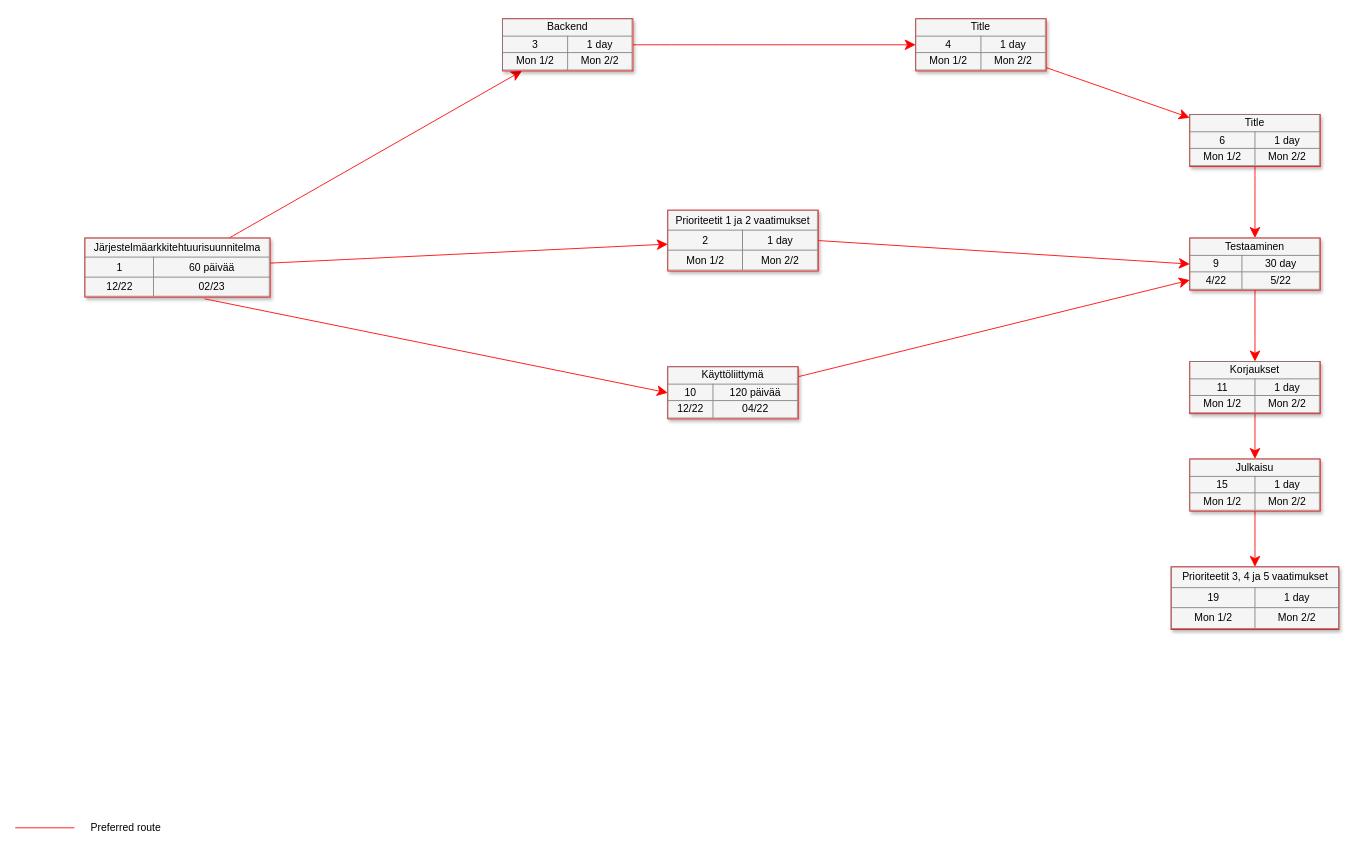
The draw.io diagram UML/SW ENG course/precedence diagram.drawio in DeveloperLauri/UML-charts-draw.io, before the edit. Source tidied: cells renumbered, new cells numbered last; positions are measured from the earlier drawing's top-left corner, leaving out a move shared by most shapes. Both pictures are drawn from the tidied source at 87%, with x=0, y=0 at pixel (15, 18).
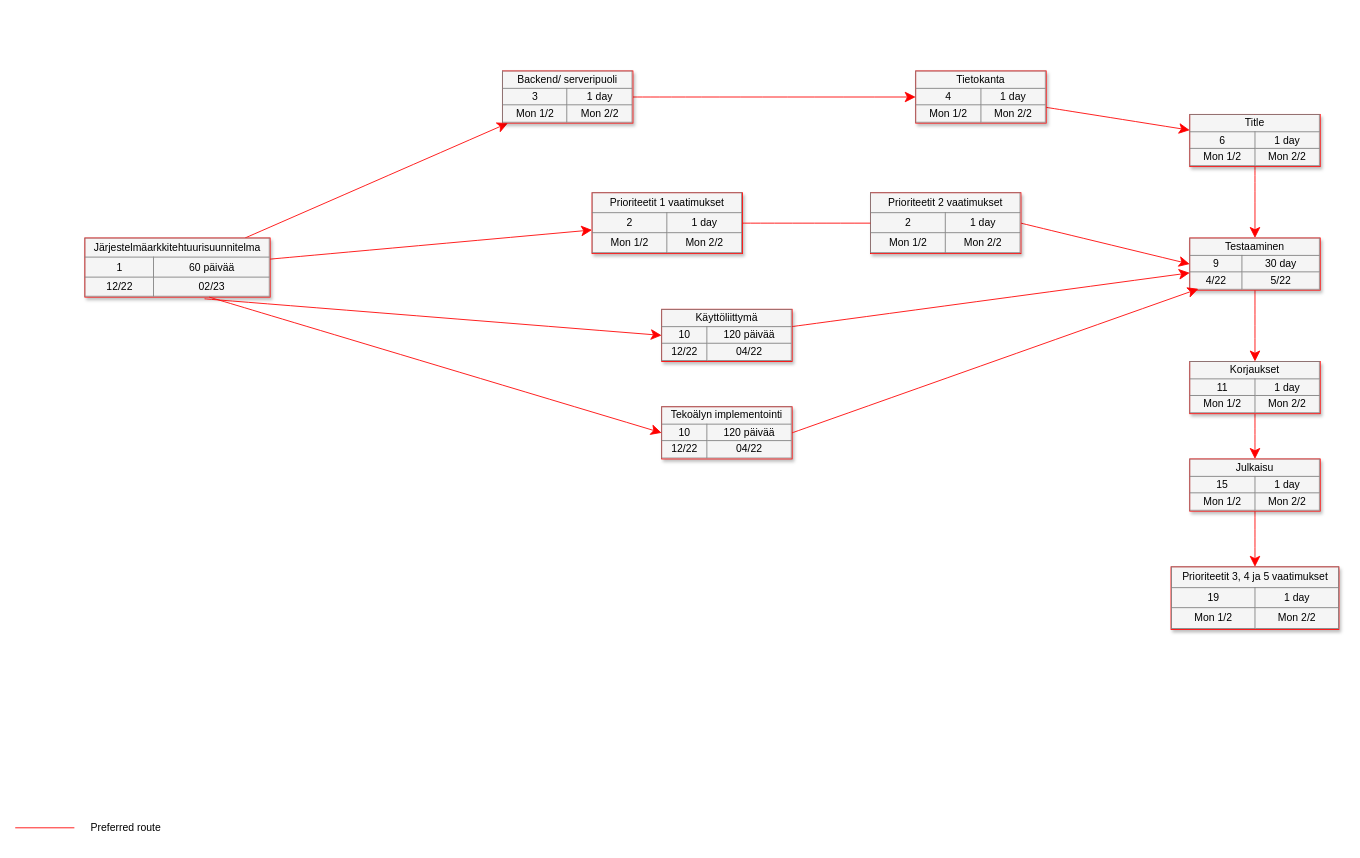
The same page after the edit.

Unchanged cells that the change refers to:
```xml
<mxCell id="4" value="&lt;table border=&quot;1&quot; width=&quot;100%&quot; style=&quot;width: 100% ; height: 100% ; border-collapse: collapse&quot;&gt;&lt;tbody&gt;&lt;tr&gt;&lt;td colspan=&quot;2&quot; align=&quot;center&quot;&gt;Järjestelmäarkkitehtuurisuunnitelma&lt;/td&gt;&lt;/tr&gt;&lt;tr&gt;&lt;td align=&quot;center&quot;&gt;&lt;font style=&quot;font-size: 12px;&quot;&gt;1&lt;/font&gt;&lt;/td&gt;&lt;td align=&quot;center&quot;&gt;&lt;font style=&quot;font-size: 12px;&quot;&gt;60 päivää&lt;/font&gt;&lt;/td&gt;&lt;/tr&gt;&lt;tr&gt;&lt;td align=&quot;center&quot;&gt;12/22&lt;/td&gt;&lt;td align=&quot;center&quot;&gt;02/23&lt;/td&gt;&lt;/tr&gt;&lt;/tbody&gt;&lt;/table&gt;" style="text;html=1;strokeColor=#FF0000;fillColor=#f5f5f5;overflow=fill;rounded=0;shadow=1;fontSize=12;align=center;" parent="1" vertex="1">
  <mxGeometry x="80" y="252" width="213" height="68" as="geometry" />
</mxCell>
<mxCell id="11" value="&lt;table border=&quot;1&quot; width=&quot;100%&quot; style=&quot;width: 100% ; height: 100% ; border-collapse: collapse&quot;&gt;&lt;tbody&gt;&lt;tr&gt;&lt;td colspan=&quot;2&quot; align=&quot;center&quot;&gt;&lt;font style=&quot;font-size: 12px&quot;&gt;Testaaminen&lt;/font&gt;&lt;/td&gt;&lt;/tr&gt;&lt;tr&gt;&lt;td align=&quot;center&quot;&gt;9&lt;/td&gt;&lt;td align=&quot;center&quot;&gt;&lt;font style=&quot;font-size: 12px&quot;&gt;30 day&lt;/font&gt;&lt;/td&gt;&lt;/tr&gt;&lt;tr&gt;&lt;td align=&quot;center&quot;&gt;4/22&lt;/td&gt;&lt;td align=&quot;center&quot;&gt;5/22&lt;/td&gt;&lt;/tr&gt;&lt;/tbody&gt;&lt;/table&gt;" style="text;html=1;strokeColor=#FF0000;fillColor=#f5f5f5;overflow=fill;rounded=0;shadow=1;fontSize=12;align=center;" parent="1" vertex="1">
  <mxGeometry x="1350" y="252" width="150" height="60" as="geometry" />
</mxCell>
```

Change to the diagram source:
```diff
@@
-    <mxCell id="13" value="&lt;table border=&quot;1&quot; width=&quot;100%&quot; style=&quot;width: 100% ; height: 100% ; border-collapse: collapse&quot;&gt;&lt;tbody&gt;&lt;tr&gt;&lt;td colspan=&quot;2&quot; align=&quot;center&quot;&gt;&lt;font style=&quot;font-size: 12px&quot;&gt;Title&lt;/font&gt;&lt;/td&gt;&lt;/tr&gt;&lt;tr&gt;&lt;td align=&quot;center&quot;&gt;4&lt;/td&gt;&lt;td align=&quot;center&quot;&gt;&lt;font style=&quot;font-size: 12px&quot;&gt;1 day&lt;/font&gt;&lt;/td&gt;&lt;/tr&gt;&lt;tr&gt;&lt;td align=&quot;center&quot;&gt;&lt;font style=&quot;font-size: 12px&quot;&gt;Mon 1/2&lt;/font&gt;&lt;/td&gt;&lt;td align=&quot;center&quot;&gt;&lt;font style=&quot;font-size: 12px&quot;&gt;Mon 2/2&lt;/font&gt;&lt;/td&gt;&lt;/tr&gt;&lt;/tbody&gt;&lt;/table&gt;" style="text;html=1;strokeColor=#FF0000;fillColor=#f5f5f5;overflow=fill;rounded=0;shadow=1;fontSize=12;align=center;" parent="1" vertex="1">
-      <mxGeometry x="1035" width="150" height="60" as="geometry" />
+    <mxCell id="13" value="&lt;table border=&quot;1&quot; width=&quot;100%&quot; style=&quot;width: 100% ; height: 100% ; border-collapse: collapse&quot;&gt;&lt;tbody&gt;&lt;tr&gt;&lt;td colspan=&quot;2&quot; align=&quot;center&quot;&gt;&lt;font style=&quot;font-size: 12px&quot;&gt;Tietokanta&lt;/font&gt;&lt;/td&gt;&lt;/tr&gt;&lt;tr&gt;&lt;td align=&quot;center&quot;&gt;4&lt;/td&gt;&lt;td align=&quot;center&quot;&gt;&lt;font style=&quot;font-size: 12px&quot;&gt;1 day&lt;/font&gt;&lt;/td&gt;&lt;/tr&gt;&lt;tr&gt;&lt;td align=&quot;center&quot;&gt;&lt;font style=&quot;font-size: 12px&quot;&gt;Mon 1/2&lt;/font&gt;&lt;/td&gt;&lt;td align=&quot;center&quot;&gt;&lt;font style=&quot;font-size: 12px&quot;&gt;Mon 2/2&lt;/font&gt;&lt;/td&gt;&lt;/tr&gt;&lt;/tbody&gt;&lt;/table&gt;" style="text;html=1;strokeColor=#FF0000;fillColor=#f5f5f5;overflow=fill;rounded=0;shadow=1;fontSize=12;align=center;" parent="1" vertex="1">
+      <mxGeometry x="1035" y="60" width="150" height="60" as="geometry" />
     </mxCell>
@@
-    <mxCell id="15" value="&lt;table border=&quot;1&quot; width=&quot;100%&quot; style=&quot;width: 100% ; height: 100% ; border-collapse: collapse&quot;&gt;&lt;tbody&gt;&lt;tr&gt;&lt;td colspan=&quot;2&quot; align=&quot;center&quot;&gt;Backend&lt;/td&gt;&lt;/tr&gt;&lt;tr&gt;&lt;td align=&quot;center&quot;&gt;3&lt;/td&gt;&lt;td align=&quot;center&quot;&gt;&lt;font style=&quot;font-size: 12px&quot;&gt;1 day&lt;/font&gt;&lt;/td&gt;&lt;/tr&gt;&lt;tr&gt;&lt;td align=&quot;center&quot;&gt;&lt;font style=&quot;font-size: 12px&quot;&gt;Mon 1/2&lt;/font&gt;&lt;/td&gt;&lt;td align=&quot;center&quot;&gt;&lt;font style=&quot;font-size: 12px&quot;&gt;Mon 2/2&lt;/font&gt;&lt;/td&gt;&lt;/tr&gt;&lt;/tbody&gt;&lt;/table&gt;" style="text;html=1;strokeColor=#FF0000;fillColor=#f5f5f5;overflow=fill;rounded=0;shadow=1;fontSize=12;align=center;" parent="1" vertex="1">
-      <mxGeometry x="560" width="150" height="60" as="geometry" />
+    <mxCell id="15" value="&lt;table border=&quot;1&quot; width=&quot;100%&quot; style=&quot;width: 100% ; height: 100% ; border-collapse: collapse&quot;&gt;&lt;tbody&gt;&lt;tr&gt;&lt;td colspan=&quot;2&quot; align=&quot;center&quot;&gt;Backend/ serveripuoli&lt;/td&gt;&lt;/tr&gt;&lt;tr&gt;&lt;td align=&quot;center&quot;&gt;3&lt;/td&gt;&lt;td align=&quot;center&quot;&gt;&lt;font style=&quot;font-size: 12px&quot;&gt;1 day&lt;/font&gt;&lt;/td&gt;&lt;/tr&gt;&lt;tr&gt;&lt;td align=&quot;center&quot;&gt;&lt;font style=&quot;font-size: 12px&quot;&gt;Mon 1/2&lt;/font&gt;&lt;/td&gt;&lt;td align=&quot;center&quot;&gt;&lt;font style=&quot;font-size: 12px&quot;&gt;Mon 2/2&lt;/font&gt;&lt;/td&gt;&lt;/tr&gt;&lt;/tbody&gt;&lt;/table&gt;" style="text;html=1;strokeColor=#FF0000;fillColor=#f5f5f5;overflow=fill;rounded=0;shadow=1;fontSize=12;align=center;" parent="1" vertex="1">
+      <mxGeometry x="560" y="60" width="150" height="60" as="geometry" />
     </mxCell>
-    <mxCell id="16" value="&lt;table border=&quot;1&quot; width=&quot;100%&quot; style=&quot;width: 100% ; height: 100% ; border-collapse: collapse&quot;&gt;&lt;tbody&gt;&lt;tr&gt;&lt;td colspan=&quot;2&quot; align=&quot;center&quot;&gt;Prioriteetit 1 ja 2 vaatimukset&lt;/td&gt;&lt;/tr&gt;&lt;tr&gt;&lt;td align=&quot;center&quot;&gt;2&lt;/td&gt;&lt;td align=&quot;center&quot;&gt;&lt;font style=&quot;font-size: 12px&quot;&gt;1 day&lt;/font&gt;&lt;/td&gt;&lt;/tr&gt;&lt;tr&gt;&lt;td align=&quot;center&quot;&gt;&lt;font style=&quot;font-size: 12px&quot;&gt;Mon 1/2&lt;/font&gt;&lt;/td&gt;&lt;td align=&quot;center&quot;&gt;&lt;font style=&quot;font-size: 12px&quot;&gt;Mon 2/2&lt;/font&gt;&lt;/td&gt;&lt;/tr&gt;&lt;/tbody&gt;&lt;/table&gt;" style="text;html=1;strokeColor=#FF0000;fillColor=#f5f5f5;overflow=fill;rounded=0;shadow=1;fontSize=12;align=center;" parent="1" vertex="1">
-      <mxGeometry x="750" y="220" width="173" height="70" as="geometry" />
+    <mxCell id="16" value="&lt;table border=&quot;1&quot; width=&quot;100%&quot; style=&quot;width: 100% ; height: 100% ; border-collapse: collapse&quot;&gt;&lt;tbody&gt;&lt;tr&gt;&lt;td colspan=&quot;2&quot; align=&quot;center&quot;&gt;Prioriteetit 1 vaatimukset&lt;/td&gt;&lt;/tr&gt;&lt;tr&gt;&lt;td align=&quot;center&quot;&gt;2&lt;/td&gt;&lt;td align=&quot;center&quot;&gt;&lt;font style=&quot;font-size: 12px&quot;&gt;1 day&lt;/font&gt;&lt;/td&gt;&lt;/tr&gt;&lt;tr&gt;&lt;td align=&quot;center&quot;&gt;&lt;font style=&quot;font-size: 12px&quot;&gt;Mon 1/2&lt;/font&gt;&lt;/td&gt;&lt;td align=&quot;center&quot;&gt;&lt;font style=&quot;font-size: 12px&quot;&gt;Mon 2/2&lt;/font&gt;&lt;/td&gt;&lt;/tr&gt;&lt;/tbody&gt;&lt;/table&gt;" style="text;html=1;strokeColor=#FF0000;fillColor=#f5f5f5;overflow=fill;rounded=0;shadow=1;fontSize=12;align=center;" parent="1" vertex="1">
+      <mxGeometry x="663" y="200" width="173" height="70" as="geometry" />
     </mxCell>
@@
     <mxCell id="18" value="&lt;table border=&quot;1&quot; width=&quot;100%&quot; style=&quot;width: 100% ; height: 100% ; border-collapse: collapse&quot;&gt;&lt;tbody&gt;&lt;tr&gt;&lt;td colspan=&quot;2&quot; align=&quot;center&quot;&gt;Käyttöliittymä&lt;/td&gt;&lt;/tr&gt;&lt;tr&gt;&lt;td align=&quot;center&quot;&gt;10&lt;/td&gt;&lt;td align=&quot;center&quot;&gt;&lt;font style=&quot;font-size: 12px&quot;&gt;120 päivää&lt;/font&gt;&lt;/td&gt;&lt;/tr&gt;&lt;tr&gt;&lt;td align=&quot;center&quot;&gt;12/22&lt;/td&gt;&lt;td align=&quot;center&quot;&gt;04/22&lt;/td&gt;&lt;/tr&gt;&lt;/tbody&gt;&lt;/table&gt;" style="text;html=1;strokeColor=#FF0000;fillColor=#f5f5f5;overflow=fill;rounded=0;shadow=1;fontSize=12;align=center;" parent="1" vertex="1">
-      <mxGeometry x="750" y="400" width="150" height="60" as="geometry" />
+      <mxGeometry x="743" y="334" width="150" height="60" as="geometry" />
     </mxCell>
@@
-    <mxCell id="24" style="edgeStyle=none;curved=1;html=1;startSize=10;endArrow=classic;endFill=1;endSize=10;strokeColor=#FF0000;strokeWidth=1;fontSize=12;exitX=1;exitY=0.5;exitDx=0;exitDy=0;entryX=0;entryY=0.5;entryDx=0;entryDy=0;" parent="1" edge="1" source="16" target="11">
+    <mxCell id="24" style="edgeStyle=none;curved=1;html=1;startSize=10;endArrow=classic;endFill=1;endSize=10;strokeColor=#FF0000;strokeWidth=1;fontSize=12;exitX=1;exitY=0.5;exitDx=0;exitDy=0;entryX=0;entryY=0.5;entryDx=0;entryDy=0;startArrow=none;" parent="1" edge="1" source="25" target="11">
       <mxGeometry relative="1" as="geometry" />
     </mxCell>
+    <mxCell id="25" value="&lt;table border=&quot;1&quot; width=&quot;100%&quot; style=&quot;width: 100% ; height: 100% ; border-collapse: collapse&quot;&gt;&lt;tbody&gt;&lt;tr&gt;&lt;td colspan=&quot;2&quot; align=&quot;center&quot;&gt;Prioriteetit 2 vaatimukset&lt;/td&gt;&lt;/tr&gt;&lt;tr&gt;&lt;td align=&quot;center&quot;&gt;2&lt;/td&gt;&lt;td align=&quot;center&quot;&gt;&lt;font style=&quot;font-size: 12px&quot;&gt;1 day&lt;/font&gt;&lt;/td&gt;&lt;/tr&gt;&lt;tr&gt;&lt;td align=&quot;center&quot;&gt;&lt;font style=&quot;font-size: 12px&quot;&gt;Mon 1/2&lt;/font&gt;&lt;/td&gt;&lt;td align=&quot;center&quot;&gt;&lt;font style=&quot;font-size: 12px&quot;&gt;Mon 2/2&lt;/font&gt;&lt;/td&gt;&lt;/tr&gt;&lt;/tbody&gt;&lt;/table&gt;" style="text;html=1;strokeColor=#FF0000;fillColor=#f5f5f5;overflow=fill;rounded=0;shadow=1;fontSize=12;align=center;" parent="1" vertex="1">
+      <mxGeometry x="983" y="200" width="173" height="70" as="geometry" />
+    </mxCell>
+    <mxCell id="26" style="edgeStyle=none;curved=1;html=1;startSize=10;endArrow=none;endFill=1;endSize=10;strokeColor=#FF0000;strokeWidth=1;fontSize=12;exitX=1;exitY=0.5;exitDx=0;exitDy=0;entryX=0;entryY=0.5;entryDx=0;entryDy=0;" parent="1" edge="1" source="16" target="25">
+      <mxGeometry relative="1" as="geometry" />
+    </mxCell>
+    <mxCell id="27" value="&lt;table border=&quot;1&quot; width=&quot;100%&quot; style=&quot;width: 100% ; height: 100% ; border-collapse: collapse&quot;&gt;&lt;tbody&gt;&lt;tr&gt;&lt;td colspan=&quot;2&quot; align=&quot;center&quot;&gt;Tekoälyn implementointi&lt;/td&gt;&lt;/tr&gt;&lt;tr&gt;&lt;td align=&quot;center&quot;&gt;10&lt;/td&gt;&lt;td align=&quot;center&quot;&gt;&lt;font style=&quot;font-size: 12px&quot;&gt;120 päivää&lt;/font&gt;&lt;/td&gt;&lt;/tr&gt;&lt;tr&gt;&lt;td align=&quot;center&quot;&gt;12/22&lt;/td&gt;&lt;td align=&quot;center&quot;&gt;04/22&lt;/td&gt;&lt;/tr&gt;&lt;/tbody&gt;&lt;/table&gt;" style="text;html=1;strokeColor=#FF0000;fillColor=#f5f5f5;overflow=fill;rounded=0;shadow=1;fontSize=12;align=center;" parent="1" vertex="1">
+      <mxGeometry x="743" y="446" width="150" height="60" as="geometry" />
+    </mxCell>
+    <mxCell id="28" style="edgeStyle=none;curved=1;html=1;startSize=10;endArrow=classic;endFill=1;endSize=10;strokeColor=#FF0000;strokeWidth=1;fontSize=12;exitX=1;exitY=0.5;exitDx=0;exitDy=0;" parent="1" edge="1" source="27">
+      <mxGeometry relative="1" as="geometry">
+        <mxPoint x="1360" y="310.5" as="targetPoint" />
+      </mxGeometry>
+    </mxCell>
+    <mxCell id="29" style="edgeStyle=none;curved=1;html=1;startSize=10;endArrow=classic;endFill=1;endSize=10;strokeColor=#FF0000;strokeWidth=1;fontSize=12;entryX=0;entryY=0.5;entryDx=0;entryDy=0;exitX=0.671;exitY=1;exitDx=0;exitDy=0;exitPerimeter=0;" parent="1" edge="1" source="4" target="27">
+      <mxGeometry relative="1" as="geometry" />
+    </mxCell>
```
